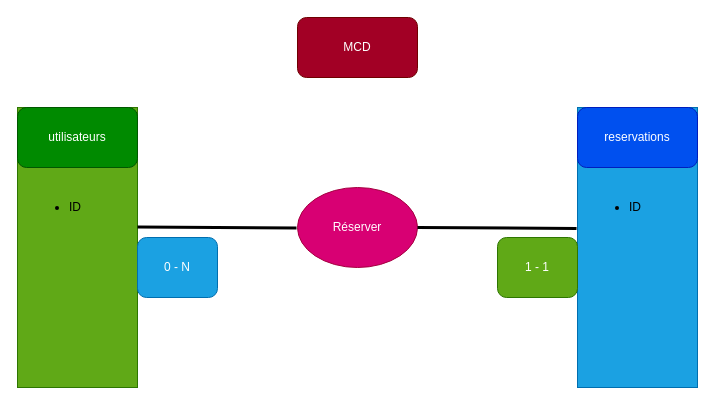
Before: page "MCD" (1 of 2) of mcd.dio in thomas-spinec/reservation-salles, a draw.io diagram. Source tidied: cells renumbered, new cells numbered last; positions are measured from the earlier drawing's top-left corner, leaving out a move shared by most shapes. Both pictures are drawn from the tidied source at 100%, with x=0, y=0 at pixel (17, 17).
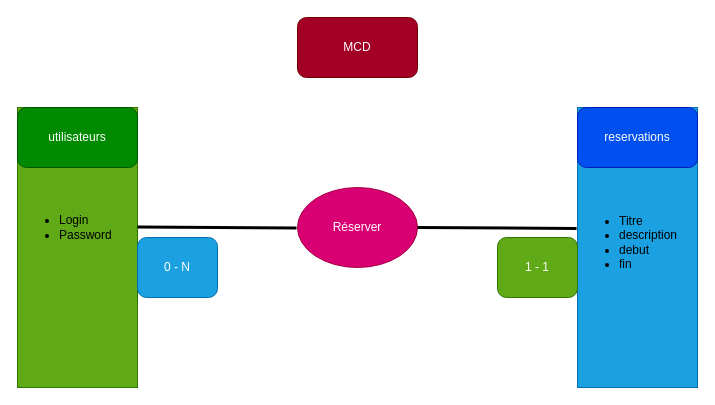
After the change.

Change to the diagram source:
```diff
@@
 <mxGraphModel>
   <root>
     <mxCell id="0" />
     <mxCell id="1" parent="0" />
     <mxCell id="2" style="rounded=0;whiteSpace=wrap;html=1;fillColor=#60a917;fontColor=#ffffff;strokeColor=#2D7600;" parent="1" vertex="1">
       <mxGeometry y="90" width="120" height="280" as="geometry" />
     </mxCell>
     <mxCell id="3" value="utilisateurs" style="rounded=1;whiteSpace=wrap;html=1;fillColor=#008a00;fontColor=#ffffff;strokeColor=#005700;" parent="1" vertex="1">
       <mxGeometry y="90" width="120" height="60" as="geometry" />
     </mxCell>
-    <mxCell id="4" value="&lt;ul&gt;&lt;li&gt;ID&lt;/li&gt;&lt;/ul&gt;" style="text;strokeColor=none;fillColor=none;html=1;whiteSpace=wrap;verticalAlign=middle;overflow=hidden;" parent="1" vertex="1">
-      <mxGeometry x="10" y="150" width="100" height="80" as="geometry" />
-    </mxCell>
     <mxCell id="5" value="MCD" style="rounded=1;whiteSpace=wrap;html=1;fillColor=#a20025;fontColor=#ffffff;strokeColor=#6F0000;" parent="1" vertex="1">
       <mxGeometry x="280" width="120" height="60" as="geometry" />
     </mxCell>
     <mxCell id="6" style="rounded=0;whiteSpace=wrap;html=1;fillColor=#1ba1e2;fontColor=#ffffff;strokeColor=#006EAF;" parent="1" vertex="1">
       <mxGeometry x="560" y="90" width="120" height="280" as="geometry" />
     </mxCell>
     <mxCell id="7" value="reservations" style="rounded=1;whiteSpace=wrap;html=1;fillColor=#0050ef;fontColor=#ffffff;strokeColor=#001DBC;" parent="1" vertex="1">
       <mxGeometry x="560" y="90" width="120" height="60" as="geometry" />
     </mxCell>
-    <mxCell id="8" value="&lt;ul&gt;&lt;li&gt;ID&lt;/li&gt;&lt;/ul&gt;" style="text;strokeColor=none;fillColor=none;html=1;whiteSpace=wrap;verticalAlign=middle;overflow=hidden;" parent="1" vertex="1">
+    <mxCell id="8" value="&lt;div&gt;&lt;br&gt;&lt;/div&gt;" style="text;strokeColor=none;fillColor=none;html=1;whiteSpace=wrap;verticalAlign=middle;overflow=hidden;" parent="1" vertex="1">
       <mxGeometry x="570" y="150" width="100" height="80" as="geometry" />
     </mxCell>
     <mxCell id="9" value="Réserver" style="ellipse;whiteSpace=wrap;html=1;fillColor=#d80073;fontColor=#ffffff;strokeColor=#A50040;" parent="1" vertex="1">
       <mxGeometry x="280" y="170" width="120" height="80" as="geometry" />
     </mxCell>
     <mxCell id="10" style="endArrow=none;html=1;entryX=-0.008;entryY=0.432;entryDx=0;entryDy=0;entryPerimeter=0;exitX=1;exitY=0.5;exitDx=0;exitDy=0;strokeWidth=3;" parent="1" edge="1" source="9" target="6">
       <mxGeometry relative="1" as="geometry" />
     </mxCell>
     <mxCell id="11" style="endArrow=none;html=1;entryX=-0.008;entryY=0.432;entryDx=0;entryDy=0;entryPerimeter=0;exitX=1;exitY=0.5;exitDx=0;exitDy=0;strokeWidth=3;" parent="1" edge="1">
       <mxGeometry relative="1" as="geometry">
         <mxPoint x="120" y="209.5" as="sourcePoint" />
         <mxPoint x="279" y="210.5" as="targetPoint" />
       </mxGeometry>
     </mxCell>
     <mxCell id="12" value="0 - N" style="rounded=1;whiteSpace=wrap;html=1;fillColor=#1ba1e2;fontColor=#ffffff;strokeColor=#006EAF;" parent="1" vertex="1">
       <mxGeometry x="120" y="220" width="80" height="60" as="geometry" />
     </mxCell>
     <mxCell id="13" value="1 - 1" style="rounded=1;whiteSpace=wrap;html=1;fillColor=#60a917;fontColor=#ffffff;strokeColor=#2D7600;" parent="1" vertex="1">
       <mxGeometry x="480" y="220" width="80" height="60" as="geometry" />
     </mxCell>
+    <mxCell id="14" value="&lt;ul&gt;&lt;li&gt;Login&lt;/li&gt;&lt;li&gt;Password&lt;/li&gt;&lt;/ul&gt;" style="text;strokeColor=none;fillColor=none;html=1;whiteSpace=wrap;verticalAlign=middle;overflow=hidden;" parent="1" vertex="1">
+      <mxGeometry y="170" width="100" height="80" as="geometry" />
+    </mxCell>
+    <mxCell id="15" value="&lt;ul&gt;&lt;li&gt;Titre&lt;/li&gt;&lt;li&gt;description&lt;/li&gt;&lt;li&gt;debut&lt;/li&gt;&lt;li&gt;fin&lt;/li&gt;&lt;/ul&gt;" style="text;strokeColor=none;fillColor=none;html=1;whiteSpace=wrap;verticalAlign=middle;overflow=hidden;" parent="1" vertex="1">
+      <mxGeometry x="560" y="170" width="100" height="110" as="geometry" />
+    </mxCell>
   </root>
 </mxGraphModel>
```
